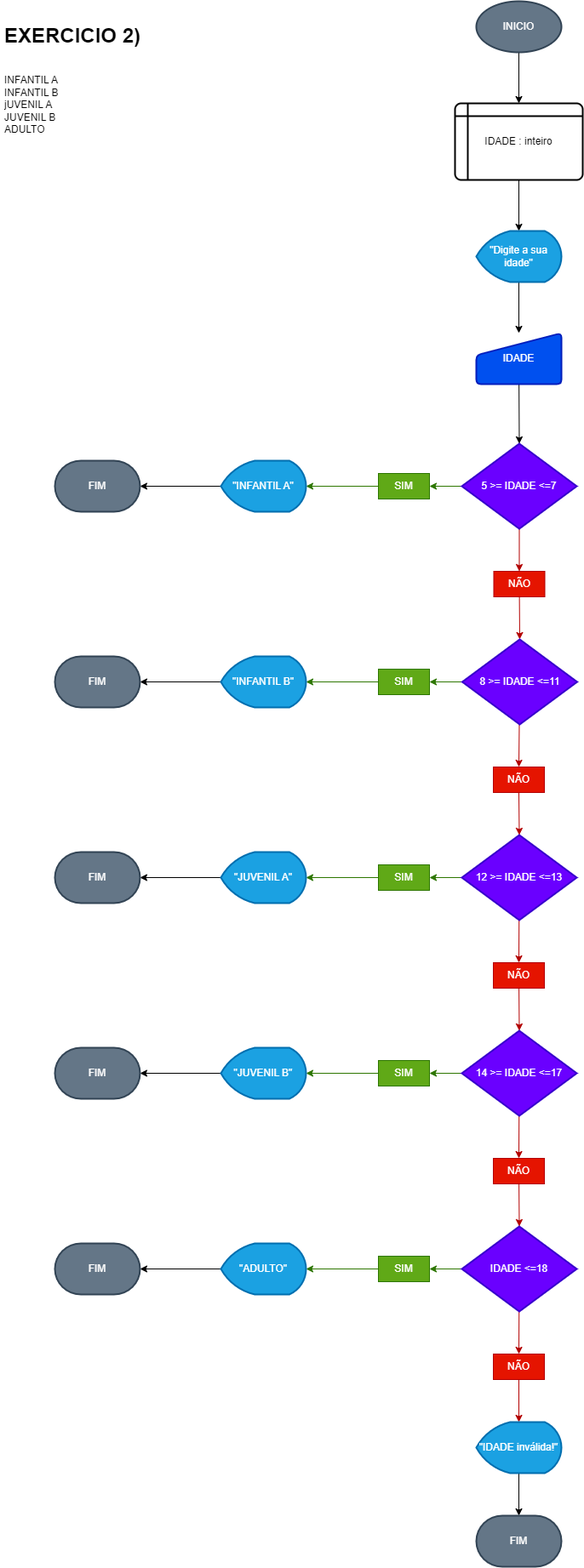
The draw.io diagram LogicadeProgramacao4/exercicioCondicao2.png in BATENDER/arquivos_portugol, before a commit. Source tidied: cells renumbered, new cells last; positions are measured from the earlier drawing's top-left corner, leaving out a move shared by most shapes.
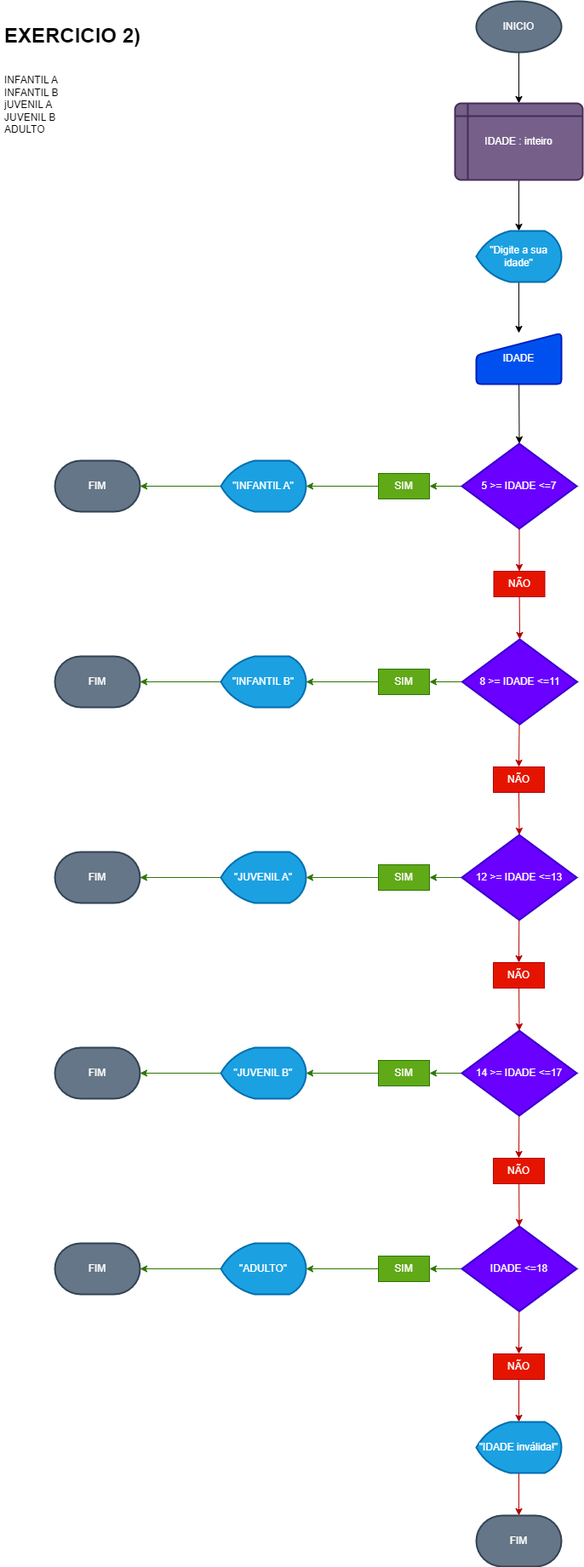
After the commit.

The edit, as a diff of the source:
```diff
@@ -8,7 +8,7 @@
     <mxCell id="3" style="edgeStyle=none;html=1;entryX=0.5;entryY=0;entryDx=0;entryDy=0;entryPerimeter=0;" parent="1" edge="1" source="4" target="7">
       <mxGeometry relative="1" as="geometry" />
     </mxCell>
-    <mxCell id="4" value="IDADE : inteiro" style="shape=internalStorage;whiteSpace=wrap;html=1;dx=15;dy=15;rounded=1;arcSize=8;strokeWidth=2;" parent="1" vertex="1">
+    <mxCell id="4" value="IDADE : inteiro" style="shape=internalStorage;whiteSpace=wrap;html=1;dx=15;dy=15;rounded=1;arcSize=8;strokeWidth=2;fillColor=#76608a;fontColor=#ffffff;strokeColor=#432D57;" parent="1" vertex="1">
       <mxGeometry x="534" y="120" width="150" height="90" as="geometry" />
     </mxCell>
     <mxCell id="5" value="&lt;h1&gt;EXERCICIO 2)&lt;/h1&gt;&lt;div&gt;&lt;br&gt;&lt;/div&gt;&lt;div&gt;INFANTIL A&lt;/div&gt;&lt;div&gt;INFANTIL B&lt;/div&gt;&lt;div&gt;jUVENIL A&lt;/div&gt;&lt;div&gt;JUVENIL B&lt;/div&gt;&lt;div&gt;ADULTO&lt;/div&gt;" style="text;html=1;strokeColor=none;fillColor=none;spacing=5;spacingTop=-20;whiteSpace=wrap;overflow=hidden;rounded=0;" parent="1" vertex="1">
@@ -49,7 +49,7 @@
     <mxCell id="16" value="NÃO" style="text;html=1;strokeColor=#B20000;fillColor=#e51400;align=center;verticalAlign=middle;whiteSpace=wrap;rounded=0;fontColor=#ffffff;" parent="1" vertex="1">
       <mxGeometry x="579.5" y="670" width="60" height="30" as="geometry" />
     </mxCell>
-    <mxCell id="17" style="edgeStyle=none;html=1;entryX=1;entryY=0.5;entryDx=0;entryDy=0;entryPerimeter=0;" parent="1" edge="1" source="18" target="20">
+    <mxCell id="17" style="edgeStyle=none;html=1;entryX=1;entryY=0.5;entryDx=0;entryDy=0;entryPerimeter=0;fillColor=#60a917;strokeColor=#2D7600;" parent="1" edge="1" source="18" target="20">
       <mxGeometry relative="1" as="geometry" />
     </mxCell>
     <mxCell id="18" value="&quot;INFANTIL A&quot;" style="strokeWidth=2;html=1;shape=mxgraph.flowchart.display;whiteSpace=wrap;fillColor=#1ba1e2;fontColor=#ffffff;strokeColor=#006EAF;" parent="1" vertex="1">
@@ -76,7 +76,7 @@
     <mxCell id="25" value="SIM" style="text;html=1;strokeColor=#2D7600;fillColor=#60a917;align=center;verticalAlign=middle;whiteSpace=wrap;rounded=0;fontColor=#ffffff;" parent="1" vertex="1">
       <mxGeometry x="444" y="785" width="60" height="30" as="geometry" />
     </mxCell>
-    <mxCell id="26" style="edgeStyle=none;html=1;entryX=1;entryY=0.5;entryDx=0;entryDy=0;entryPerimeter=0;" parent="1" edge="1" source="27" target="28">
+    <mxCell id="26" style="edgeStyle=none;html=1;entryX=1;entryY=0.5;entryDx=0;entryDy=0;entryPerimeter=0;fillColor=#60a917;strokeColor=#2D7600;" parent="1" edge="1" source="27" target="28">
       <mxGeometry relative="1" as="geometry" />
     </mxCell>
     <mxCell id="27" value="&quot;INFANTIL B&quot;" style="strokeWidth=2;html=1;shape=mxgraph.flowchart.display;whiteSpace=wrap;fillColor=#1ba1e2;fontColor=#ffffff;strokeColor=#006EAF;" parent="1" vertex="1">
@@ -106,7 +106,7 @@
     <mxCell id="35" value="SIM" style="text;html=1;strokeColor=#2D7600;fillColor=#60a917;align=center;verticalAlign=middle;whiteSpace=wrap;rounded=0;fontColor=#ffffff;" parent="1" vertex="1">
       <mxGeometry x="444" y="1015" width="60" height="30" as="geometry" />
     </mxCell>
-    <mxCell id="36" style="edgeStyle=none;html=1;entryX=1;entryY=0.5;entryDx=0;entryDy=0;entryPerimeter=0;" parent="1" edge="1" source="37" target="38">
+    <mxCell id="36" style="edgeStyle=none;html=1;entryX=1;entryY=0.5;entryDx=0;entryDy=0;entryPerimeter=0;fillColor=#60a917;strokeColor=#2D7600;" parent="1" edge="1" source="37" target="38">
       <mxGeometry relative="1" as="geometry" />
     </mxCell>
     <mxCell id="37" value="&quot;JUVENIL A&quot;" style="strokeWidth=2;html=1;shape=mxgraph.flowchart.display;whiteSpace=wrap;fillColor=#1ba1e2;fontColor=#ffffff;strokeColor=#006EAF;" parent="1" vertex="1">
@@ -136,7 +136,7 @@
     <mxCell id="45" value="SIM" style="text;html=1;strokeColor=#2D7600;fillColor=#60a917;align=center;verticalAlign=middle;whiteSpace=wrap;rounded=0;fontColor=#ffffff;" parent="1" vertex="1">
       <mxGeometry x="444" y="1245" width="60" height="30" as="geometry" />
     </mxCell>
-    <mxCell id="46" style="edgeStyle=none;html=1;entryX=1;entryY=0.5;entryDx=0;entryDy=0;entryPerimeter=0;" parent="1" edge="1" source="47" target="48">
+    <mxCell id="46" style="edgeStyle=none;html=1;entryX=1;entryY=0.5;entryDx=0;entryDy=0;entryPerimeter=0;fillColor=#60a917;strokeColor=#2D7600;" parent="1" edge="1" source="47" target="48">
       <mxGeometry relative="1" as="geometry" />
     </mxCell>
     <mxCell id="47" value="&quot;JUVENIL B&quot;" style="strokeWidth=2;html=1;shape=mxgraph.flowchart.display;whiteSpace=wrap;fillColor=#1ba1e2;fontColor=#ffffff;strokeColor=#006EAF;" parent="1" vertex="1">
@@ -166,7 +166,7 @@
     <mxCell id="55" value="SIM" style="text;html=1;strokeColor=#2D7600;fillColor=#60a917;align=center;verticalAlign=middle;whiteSpace=wrap;rounded=0;fontColor=#ffffff;" parent="1" vertex="1">
       <mxGeometry x="444" y="1475" width="60" height="30" as="geometry" />
     </mxCell>
-    <mxCell id="56" style="edgeStyle=none;html=1;entryX=1;entryY=0.5;entryDx=0;entryDy=0;entryPerimeter=0;" parent="1" edge="1" source="57" target="58">
+    <mxCell id="56" style="edgeStyle=none;html=1;entryX=1;entryY=0.5;entryDx=0;entryDy=0;entryPerimeter=0;fillColor=#60a917;strokeColor=#2D7600;" parent="1" edge="1" source="57" target="58">
       <mxGeometry relative="1" as="geometry" />
     </mxCell>
     <mxCell id="57" value="&quot;ADULTO&quot;" style="strokeWidth=2;html=1;shape=mxgraph.flowchart.display;whiteSpace=wrap;fillColor=#1ba1e2;fontColor=#ffffff;strokeColor=#006EAF;" parent="1" vertex="1">
@@ -181,7 +181,7 @@
     <mxCell id="60" value="NÃO" style="text;html=1;strokeColor=#B20000;fillColor=#e51400;align=center;verticalAlign=middle;whiteSpace=wrap;rounded=0;fontColor=#ffffff;" parent="1" vertex="1">
       <mxGeometry x="579" y="1590" width="60" height="30" as="geometry" />
     </mxCell>
-    <mxCell id="61" style="edgeStyle=none;html=1;entryX=0.5;entryY=0;entryDx=0;entryDy=0;entryPerimeter=0;" parent="1" edge="1" source="62" target="63">
+    <mxCell id="61" style="edgeStyle=none;html=1;entryX=0.5;entryY=0;entryDx=0;entryDy=0;entryPerimeter=0;fillColor=#e51400;strokeColor=#B20000;" parent="1" edge="1" source="62" target="63">
       <mxGeometry relative="1" as="geometry" />
     </mxCell>
     <mxCell id="62" value="&quot;IDADE inválida!&quot;" style="strokeWidth=2;html=1;shape=mxgraph.flowchart.display;whiteSpace=wrap;fillColor=#1ba1e2;fontColor=#ffffff;strokeColor=#006EAF;" parent="1" vertex="1">
```
